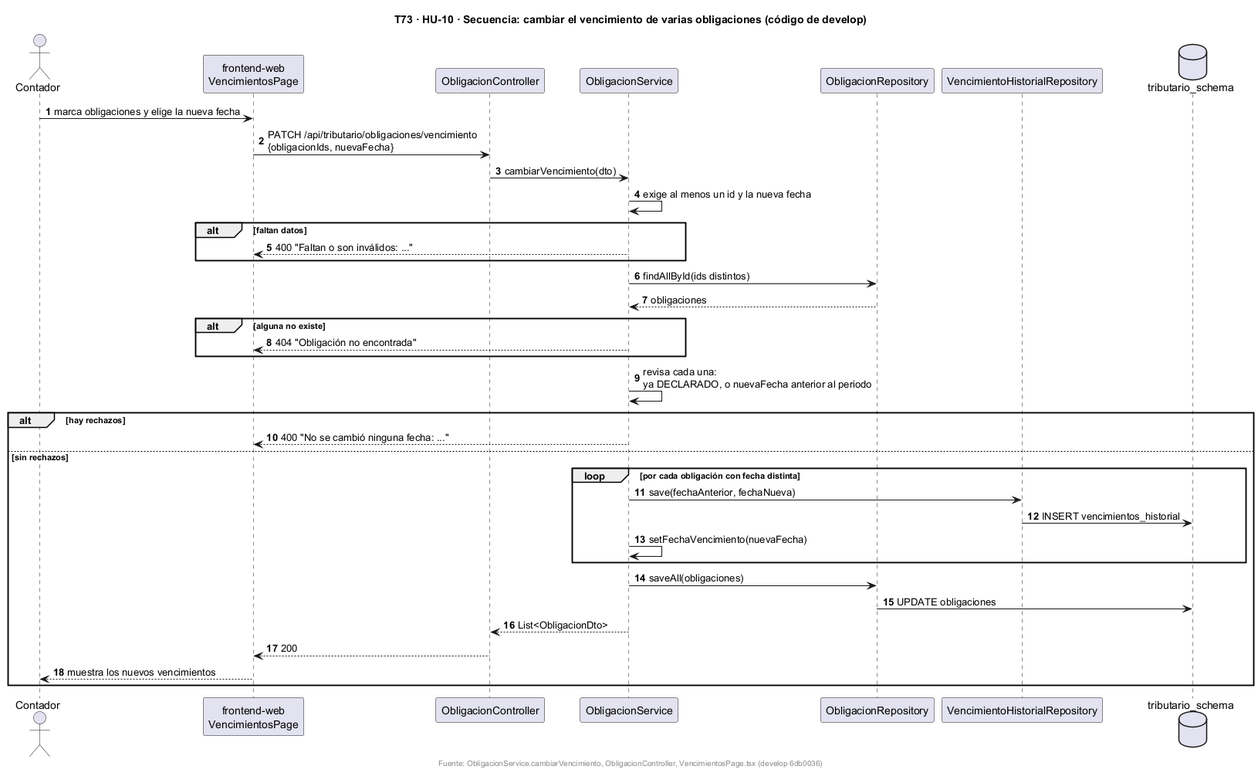
The PlantUML diagram docs/uml/img/T73-HU10-secuencia.png in fabianrodriguez33/plus-contable, before a commit.
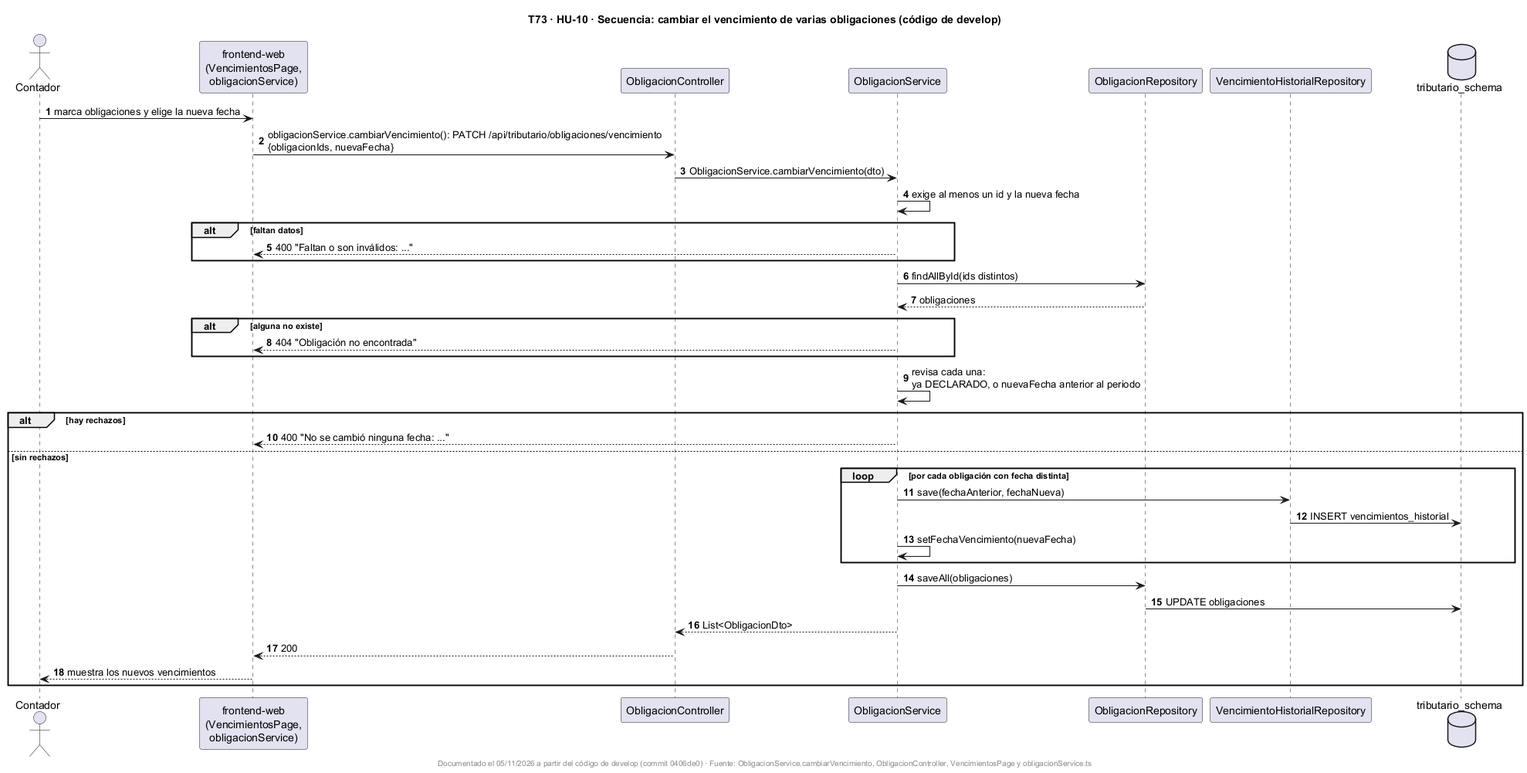
After the commit.

The edit, as a diff of the source:
```diff
@@ -4,7 +4,7 @@
 autonumber
 
 actor "Contador" as U
-participant "frontend-web\nVencimientosPage" as FE
+participant "frontend-web\n(VencimientosPage,\nobligacionService)" as FE
 participant "ObligacionController" as OC
 participant "ObligacionService" as OS
 participant "ObligacionRepository" as OR
@@ -12,8 +12,8 @@
 database "tributario_schema" as DB
 
 U -> FE : marca obligaciones y elige la nueva fecha
-FE -> OC : PATCH /api/tributario/obligaciones/vencimiento\n{obligacionIds, nuevaFecha}
-OC -> OS : cambiarVencimiento(dto)
+FE -> OC : obligacionService.cambiarVencimiento(): PATCH /api/tributario/obligaciones/vencimiento\n{obligacionIds, nuevaFecha}
+OC -> OS : ObligacionService.cambiarVencimiento(dto)
 OS -> OS : exige al menos un id y la nueva fecha
 alt faltan datos
   OS --> FE : 400 "Faltan o son inválidos: ..."
@@ -39,5 +39,5 @@
   FE --> U : muestra los nuevos vencimientos
 end
 
-footer Fuente: ObligacionService.cambiarVencimiento, ObligacionController, VencimientosPage.tsx (develop 6db0036)
+footer Documentado el 05/11/2026 a partir del código de develop (commit 0406de0) · Fuente: ObligacionService.cambiarVencimiento, ObligacionController, VencimientosPage y obligacionService.ts
 @enduml
```
